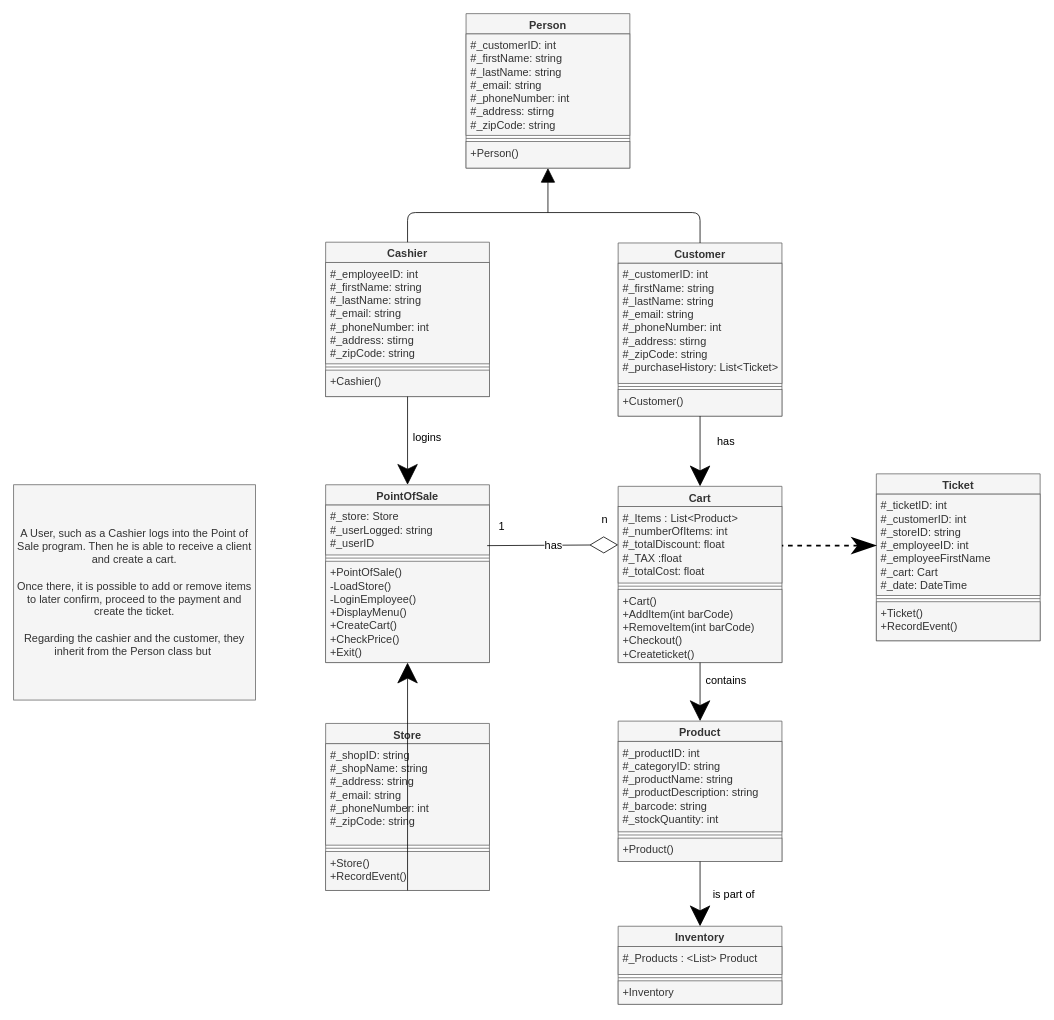
Before: final/FinalProject/Classes.drawio in Shelemhg/cse210-projects, a draw.io diagram. Source tidied: cells renumbered, new cells numbered last; positions are measured from the earlier drawing's top-left corner, leaving out a move shared by most shapes. Both pictures are drawn from the tidied source at 78%, with x=0, y=0 at pixel (13, 13).
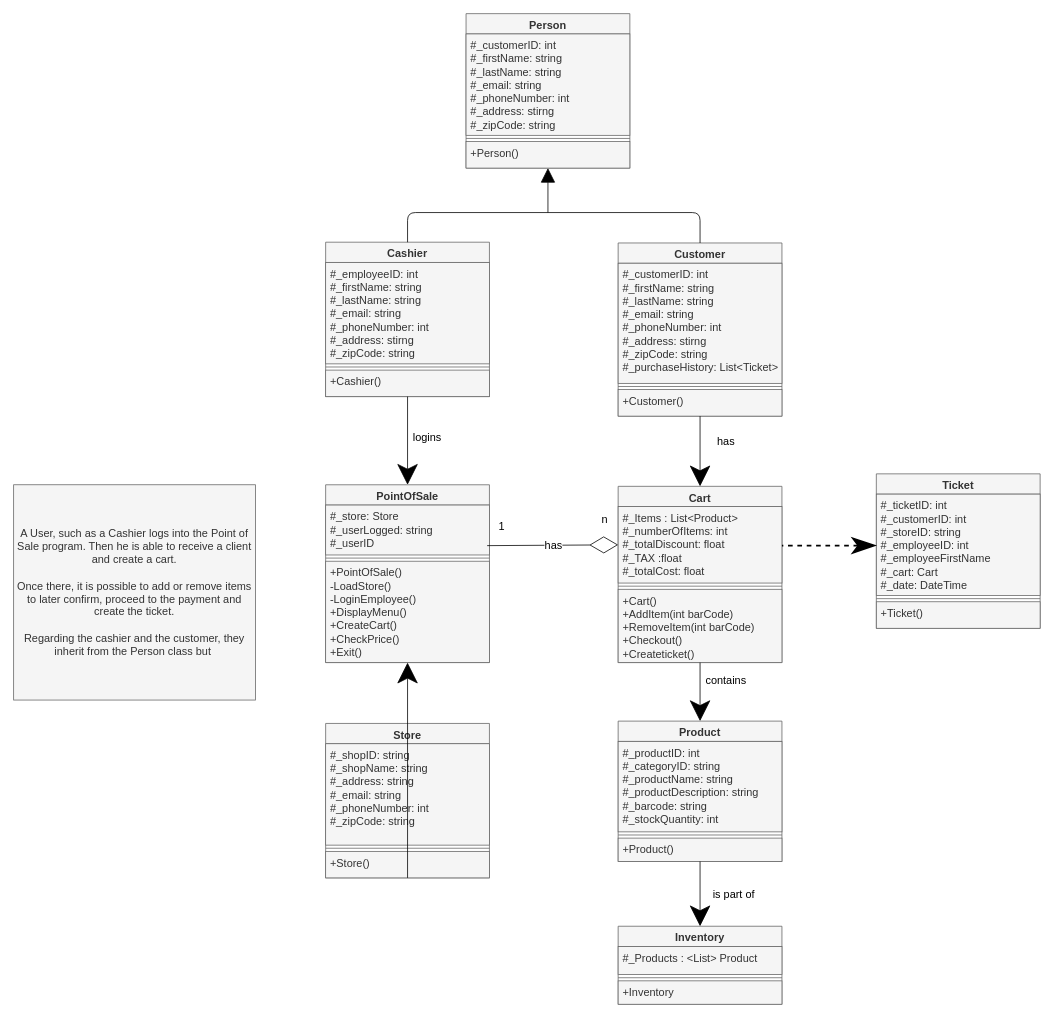
Above is the later version.

The edit, as a diff of the source:
```diff
@@
     <mxCell id="23" value="Store" style="swimlane;fontStyle=1;align=center;verticalAlign=top;horizontal=1;startSize=26;fillColor=#f5f5f5;strokeColor=#666666;fontColor=#333333;fontSize=14;" parent="1" vertex="1">
-      <mxGeometry x="400" y="910" width="210" height="214" as="geometry" />
+      <mxGeometry x="400" y="910" width="210" height="198" as="geometry" />
     </mxCell>
@@
-    <mxCell id="26" value="+Store()&#10;+RecordEvent()&#10;" style="text;strokeColor=#666666;fillColor=#f5f5f5;align=left;verticalAlign=top;spacingLeft=4;spacingRight=4;overflow=hidden;fontColor=#333333;fontSize=14;" parent="23" vertex="1">
-      <mxGeometry y="164" width="210" height="50" as="geometry" />
+    <mxCell id="26" value="+Store()&#10;" style="text;strokeColor=#666666;fillColor=#f5f5f5;align=left;verticalAlign=top;spacingLeft=4;spacingRight=4;overflow=hidden;fontColor=#333333;fontSize=14;" parent="23" vertex="1">
+      <mxGeometry y="164" width="210" height="34" as="geometry" />
     </mxCell>
     <mxCell id="27" value="Ticket" style="swimlane;fontStyle=1;align=center;verticalAlign=top;horizontal=1;startSize=26;fillColor=#f5f5f5;strokeColor=#666666;fontColor=#333333;fontSize=14;" parent="1" vertex="1">
-      <mxGeometry x="1106" y="590" width="210" height="214" as="geometry" />
+      <mxGeometry x="1106" y="590" width="210" height="198" as="geometry" />
     </mxCell>
@@
-    <mxCell id="30" value="+Ticket()&#10;+RecordEvent()&#10;" style="text;strokeColor=#666666;fillColor=#f5f5f5;align=left;verticalAlign=top;spacingLeft=4;spacingRight=4;overflow=hidden;fontColor=#333333;fontSize=14;" parent="27" vertex="1">
-      <mxGeometry y="164" width="210" height="50" as="geometry" />
+    <mxCell id="30" value="+Ticket()" style="text;strokeColor=#666666;fillColor=#f5f5f5;align=left;verticalAlign=top;spacingLeft=4;spacingRight=4;overflow=hidden;fontColor=#333333;fontSize=14;" parent="27" vertex="1">
+      <mxGeometry y="164" width="210" height="34" as="geometry" />
     </mxCell>
```
